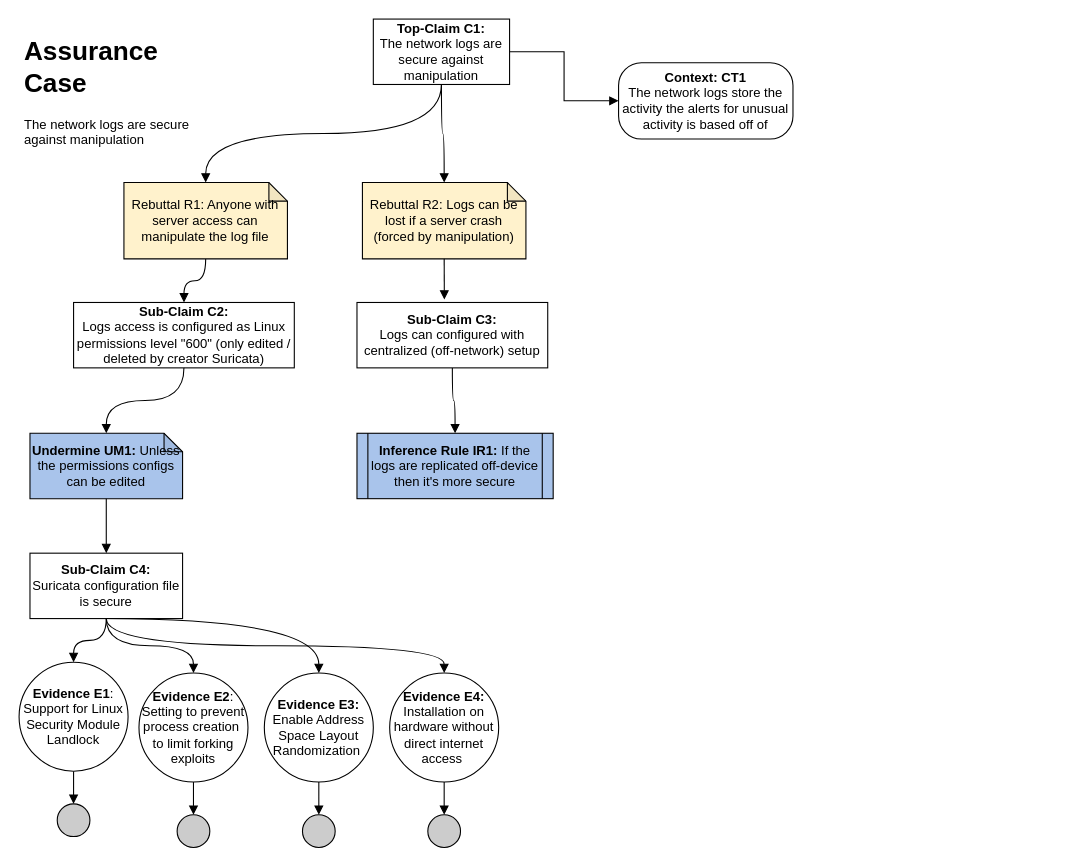
Earlier version of the draw.io diagram Assurance Cases/Assurance Case - Logs secure against manipulation.drawio (UNO-CYBR-8420-Team1/CYBR8420-Suricata). Source tidied: cells renumbered, new cells numbered last; positions are measured from the earlier drawing's top-left corner, leaving out a move shared by most shapes. Both pictures are drawn from the tidied source at 109%, with x=0, y=0 at pixel (19, 19).
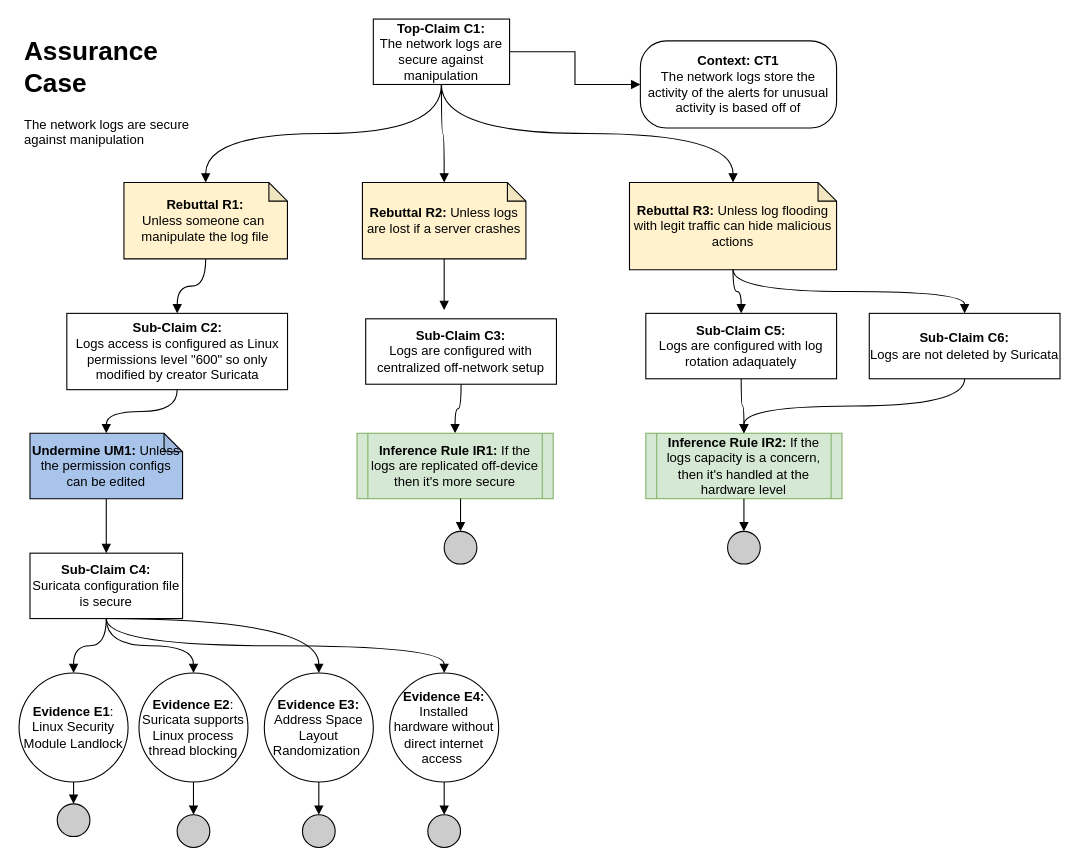
After the change.

Commit message (it also covers changes not shown here):
Updated log manipulation assurance

Unchanged cells that the change refers to:
```xml
<mxCell id="6" value="&lt;b&gt;Top-Claim C1:&lt;br&gt;&lt;/b&gt;The network logs are secure against manipulation" style="rounded=0;whiteSpace=wrap;html=1;" parent="1" vertex="1">
  <mxGeometry x="325" width="125" height="60" as="geometry" />
</mxCell>
```

Change to the diagram source:
```diff
@@
-    <mxCell id="7" value="&lt;b&gt;Context: CT1&lt;/b&gt;&lt;br&gt;The network logs store the activity the alerts for unusual activity is based off of" style="rounded=1;whiteSpace=wrap;html=1;arcSize=30;" parent="1" vertex="1">
-      <mxGeometry x="550" y="40" width="160" height="70" as="geometry" />
+    <mxCell id="7" value="&lt;b&gt;Context: CT1&lt;/b&gt;&lt;br&gt;The network logs store the activity of the alerts for unusual activity is based off of" style="rounded=1;whiteSpace=wrap;html=1;arcSize=30;" parent="1" vertex="1">
+      <mxGeometry x="570" y="20" width="180" height="80" as="geometry" />
     </mxCell>
@@
-    <mxCell id="9" value="Rebuttal R1: Anyone with server access can manipulate the log file" style="shape=note;whiteSpace=wrap;html=1;backgroundOutline=1;darkOpacity=0.05;size=17;fillColor=#FFF2CC;" parent="1" vertex="1">
+    <mxCell id="9" value="&lt;b&gt;Rebuttal R1: &lt;/b&gt;Unless&amp;nbsp;someone can&amp;nbsp; manipulate the log file" style="shape=note;whiteSpace=wrap;html=1;backgroundOutline=1;darkOpacity=0.05;size=17;fillColor=#FFF2CC;" parent="1" vertex="1">
       <mxGeometry x="96.2" y="150" width="150" height="70" as="geometry" />
     </mxCell>
@@
-    <mxCell id="11" value="&lt;b&gt;Sub-Claim C2:&lt;br&gt;&lt;/b&gt;Logs access is configured as Linux permissions level &quot;600&quot; (only edited / deleted by creator Suricata)" style="rounded=0;whiteSpace=wrap;html=1;" parent="1" vertex="1">
-      <mxGeometry x="50" y="260" width="202.5" height="60" as="geometry" />
+    <mxCell id="11" value="&lt;b&gt;Sub-Claim C2:&lt;br&gt;&lt;/b&gt;Logs access is configured as Linux permissions level &quot;600&quot; so only modified by creator Suricata" style="rounded=0;whiteSpace=wrap;html=1;" parent="1" vertex="1">
+      <mxGeometry x="43.8" y="270" width="202.5" height="70" as="geometry" />
     </mxCell>
@@
-    <mxCell id="14" value="&lt;b&gt;Evidence E1&lt;/b&gt;:&lt;div&gt;Support for Linux Security Module Landlock&lt;/div&gt;" style="ellipse;whiteSpace=wrap;html=1;fillColor=#ffffff;rounded=0;" parent="1" vertex="1">
-      <mxGeometry y="590" width="100" height="100" as="geometry" />
+    <mxCell id="14" value="&lt;b&gt;Evidence E1&lt;/b&gt;:&lt;div&gt;Linux Security Module Landlock&lt;/div&gt;" style="ellipse;whiteSpace=wrap;html=1;fillColor=#ffffff;rounded=0;" parent="1" vertex="1">
+      <mxGeometry y="600" width="100" height="100" as="geometry" />
     </mxCell>
@@
-    <mxCell id="16" value="&lt;b&gt;Evidence E3:&lt;/b&gt;&lt;br&gt;Enable Address Space Layout Randomization&amp;nbsp;" style="ellipse;whiteSpace=wrap;html=1;fillColor=#ffffff;rounded=0;" parent="1" vertex="1">
+    <mxCell id="16" value="&lt;b&gt;Evidence E3:&lt;/b&gt;&lt;br&gt;Address Space Layout Randomization&amp;nbsp;" style="ellipse;whiteSpace=wrap;html=1;fillColor=#ffffff;rounded=0;" parent="1" vertex="1">
       <mxGeometry x="225" y="600" width="100" height="100" as="geometry" />
     </mxCell>
@@
-    <mxCell id="19" value="&lt;b&gt;Undermine UM1:&lt;/b&gt; Unless the permissions configs can be edited" style="shape=note;whiteSpace=wrap;html=1;backgroundOutline=1;darkOpacity=0.05;size=17;fillColor=#A9C4EB;" parent="1" vertex="1">
+    <mxCell id="19" value="&lt;b&gt;Undermine UM1:&lt;/b&gt; Unless the permission configs can be edited" style="shape=note;whiteSpace=wrap;html=1;backgroundOutline=1;darkOpacity=0.05;size=17;fillColor=#A9C4EB;" parent="1" vertex="1">
       <mxGeometry x="10" y="380" width="140" height="60" as="geometry" />
     </mxCell>
-    <mxCell id="20" value="&lt;b&gt;Inference Rule IR1: &lt;/b&gt;If the logs are replicated off-device then it's more secure" style="shape=process;whiteSpace=wrap;html=1;backgroundOutline=1;fillColor=#A9C4EB;size=0.05555555555555555;" parent="1" vertex="1">
+    <mxCell id="20" value="&lt;b&gt;Inference Rule IR1: &lt;/b&gt;If the logs are replicated off-device then it's more secure" style="shape=process;whiteSpace=wrap;html=1;backgroundOutline=1;fillColor=#d5e8d4;size=0.05555555555555555;strokeColor=#82b366;" parent="1" vertex="1">
       <mxGeometry x="310" y="380" width="180" height="60" as="geometry" />
     </mxCell>
-    <mxCell id="21" value="Rebuttal R2: Logs can be lost if a server crash (forced by manipulation)" style="shape=note;whiteSpace=wrap;html=1;backgroundOutline=1;darkOpacity=0.05;size=17;fillColor=#FFF2CC;" parent="1" vertex="1">
+    <mxCell id="21" value="&lt;b&gt;Rebuttal R2: &lt;/b&gt;Unless logs are lost if a server crashes" style="shape=note;whiteSpace=wrap;html=1;backgroundOutline=1;darkOpacity=0.05;size=17;fillColor=#FFF2CC;" parent="1" vertex="1">
       <mxGeometry x="315" y="150" width="150" height="70" as="geometry" />
     </mxCell>
-    <mxCell id="22" value="&lt;b&gt;Sub-Claim C3:&lt;br&gt;&lt;/b&gt;Logs can configured with centralized (off-network) setup" style="rounded=0;whiteSpace=wrap;html=1;" parent="1" vertex="1">
-      <mxGeometry x="310" y="260" width="175" height="60" as="geometry" />
+    <mxCell id="22" value="&lt;b&gt;Sub-Claim C3:&lt;br&gt;&lt;/b&gt;Logs are configured with centralized off-network setup" style="rounded=0;whiteSpace=wrap;html=1;" parent="1" vertex="1">
+      <mxGeometry x="318" y="275" width="175" height="60" as="geometry" />
     </mxCell>
@@
-    <mxCell id="25" value="&lt;b&gt;Evidence E2&lt;/b&gt;:&lt;div&gt;Setting to prevent process creation&amp;nbsp; to limit forking exploits&lt;/div&gt;" style="ellipse;whiteSpace=wrap;html=1;fillColor=#ffffff;rounded=0;" parent="1" vertex="1">
+    <mxCell id="25" value="&lt;b&gt;Evidence E2&lt;/b&gt;:&lt;div&gt;Suricata supports Linux process thread blocking&lt;/div&gt;" style="ellipse;whiteSpace=wrap;html=1;fillColor=#ffffff;rounded=0;" parent="1" vertex="1">
       <mxGeometry x="110" y="600" width="100" height="100" as="geometry" />
     </mxCell>
-    <mxCell id="26" value="&lt;b&gt;Evidence E4:&lt;/b&gt;&lt;br&gt;Installation on hardware without direct internet access&amp;nbsp;" style="ellipse;whiteSpace=wrap;html=1;fillColor=#ffffff;rounded=0;" parent="1" vertex="1">
+    <mxCell id="26" value="&lt;b&gt;Evidence E4:&lt;/b&gt;&lt;br&gt;Installed hardware without direct internet access&amp;nbsp;" style="ellipse;whiteSpace=wrap;html=1;fillColor=#ffffff;rounded=0;" parent="1" vertex="1">
       <mxGeometry x="340" y="600" width="100" height="100" as="geometry" />
     </mxCell>
@@
-    <mxCell id="35" style="edgeStyle=orthogonalEdgeStyle;curved=1;rounded=0;jettySize=auto;html=1;exitX=0.5;exitY=1;exitDx=0;exitDy=0;entryX=0.458;entryY=-0.044;entryDx=0;entryDy=0;entryPerimeter=0;endArrow=block;endFill=1;exitPerimeter=0;" parent="1" edge="1" source="21" target="22">
-      <mxGeometry relative="1" as="geometry" />
-    </mxCell>
+    <mxCell id="36" style="edgeStyle=orthogonalEdgeStyle;curved=1;rounded=0;jettySize=auto;html=1;entryX=0.5;entryY=0;entryDx=0;entryDy=0;endArrow=block;endFill=1;" parent="1" edge="1" target="37">
+      <mxGeometry relative="1" as="geometry">
+        <mxPoint x="405" y="440" as="sourcePoint" />
+      </mxGeometry>
+    </mxCell>
+    <mxCell id="37" style="ellipse;whiteSpace=wrap;html=1;fillColor=#CCCCCC;" parent="1" vertex="1">
+      <mxGeometry x="390" y="470" width="30" height="30" as="geometry" />
+    </mxCell>
+    <mxCell id="38" value="&lt;b&gt;Rebuttal R3: &lt;/b&gt;Unless log flooding with legit traffic can hide malicious actions" style="shape=note;whiteSpace=wrap;html=1;backgroundOutline=1;darkOpacity=0.05;size=17;fillColor=#FFF2CC;" parent="1" vertex="1">
+      <mxGeometry x="560" y="150" width="190" height="80" as="geometry" />
+    </mxCell>
+    <mxCell id="39" style="edgeStyle=orthogonalEdgeStyle;curved=1;rounded=0;jettySize=auto;html=1;exitX=0.5;exitY=1;exitDx=0;exitDy=0;entryX=0.5;entryY=0;entryDx=0;entryDy=0;entryPerimeter=0;endArrow=block;endFill=1;" parent="1" edge="1" source="6" target="38">
+      <mxGeometry relative="1" as="geometry" />
+    </mxCell>
+    <mxCell id="40" value="&lt;b&gt;Sub-Claim C5:&lt;br&gt;&lt;/b&gt;Logs are configured with log rotation adaquately" style="rounded=0;whiteSpace=wrap;html=1;" parent="1" vertex="1">
+      <mxGeometry x="575" y="270" width="175" height="60" as="geometry" />
+    </mxCell>
+    <mxCell id="41" style="edgeStyle=orthogonalEdgeStyle;curved=1;rounded=0;orthogonalLoop=1;jettySize=auto;html=1;exitX=0.5;exitY=1;exitDx=0;exitDy=0;entryX=0.458;entryY=-0.044;entryDx=0;entryDy=0;entryPerimeter=0;endArrow=block;endFill=1;exitPerimeter=0;" parent="1" edge="1">
+      <mxGeometry relative="1" as="geometry">
+        <mxPoint x="390" y="220" as="sourcePoint" />
+        <mxPoint x="390" y="267" as="targetPoint" />
+      </mxGeometry>
+    </mxCell>
+    <mxCell id="42" style="edgeStyle=orthogonalEdgeStyle;curved=1;rounded=0;jettySize=auto;html=1;endArrow=block;endFill=1;exitX=0.5;exitY=1;exitDx=0;exitDy=0;exitPerimeter=0;entryX=0.5;entryY=0;entryDx=0;entryDy=0;" parent="1" edge="1" source="38" target="40">
+      <mxGeometry relative="1" as="geometry" />
+    </mxCell>
+    <mxCell id="43" value="&lt;b&gt;Inference Rule IR2: &lt;/b&gt;If the logs capacity is a concern, then it's handled at the hardware level" style="shape=process;whiteSpace=wrap;html=1;backgroundOutline=1;fillColor=#d5e8d4;size=0.05555555555555555;strokeColor=#82b366;" parent="1" vertex="1">
+      <mxGeometry x="575" y="380" width="180" height="60" as="geometry" />
+    </mxCell>
+    <mxCell id="44" style="edgeStyle=orthogonalEdgeStyle;curved=1;rounded=0;jettySize=auto;html=1;exitX=0.5;exitY=1;exitDx=0;exitDy=0;endArrow=block;endFill=1;entryX=0.5;entryY=0;entryDx=0;entryDy=0;" parent="1" edge="1" source="40" target="43">
+      <mxGeometry relative="1" as="geometry" />
+    </mxCell>
+    <mxCell id="45" style="edgeStyle=orthogonalEdgeStyle;curved=1;rounded=0;jettySize=auto;html=1;entryX=0.5;entryY=0;entryDx=0;entryDy=0;endArrow=block;endFill=1;" parent="1" edge="1" target="46">
+      <mxGeometry relative="1" as="geometry">
+        <mxPoint x="665" y="440" as="sourcePoint" />
+      </mxGeometry>
+    </mxCell>
+    <mxCell id="46" style="ellipse;whiteSpace=wrap;html=1;fillColor=#CCCCCC;" parent="1" vertex="1">
+      <mxGeometry x="650" y="470" width="30" height="30" as="geometry" />
+    </mxCell>
+    <mxCell id="47" value="&lt;b&gt;Sub-Claim C6:&lt;br&gt;&lt;/b&gt;Logs are not deleted by Suricata" style="rounded=0;whiteSpace=wrap;html=1;" parent="1" vertex="1">
+      <mxGeometry x="780" y="270" width="175" height="60" as="geometry" />
+    </mxCell>
+    <mxCell id="48" style="edgeStyle=orthogonalEdgeStyle;curved=1;rounded=0;jettySize=auto;html=1;endArrow=block;endFill=1;exitX=0.5;exitY=1;exitDx=0;exitDy=0;exitPerimeter=0;entryX=0.5;entryY=0;entryDx=0;entryDy=0;" parent="1" edge="1" source="38" target="47">
+      <mxGeometry relative="1" as="geometry" />
+    </mxCell>
+    <mxCell id="49" style="edgeStyle=orthogonalEdgeStyle;curved=1;rounded=0;jettySize=auto;html=1;exitX=0.5;exitY=1;exitDx=0;exitDy=0;endArrow=block;endFill=1;entryX=0.5;entryY=0;entryDx=0;entryDy=0;" parent="1" edge="1" source="47" target="43">
+      <mxGeometry relative="1" as="geometry" />
+    </mxCell>
```
